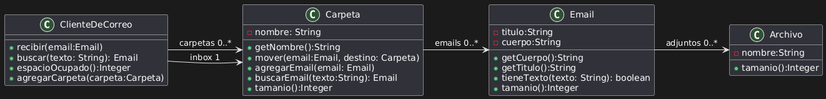
This is eclipse/OO1-2024/src/main/java/ar/edu/unlp/oo1/ejercicio13/ej13UML.png from Francogrch/OO1-2024, a PlantUML export, as it was before one commit. The source it was exported from:
```plantuml
@startuml
class ClienteDeCorreo {
+recibir(email:Email)
+buscar(texto: String): Email
+espacioOcupado():Integer
+agregarCarpeta(carpeta:Carpeta)
}

class Carpeta{
-nombre: String
+getNombre():String
+mover(email:Email, destino: Carpeta)
+agregarEmail(email: Email)
+buscarEmail(texto:String): Email
+tamanio():Integer
}

class Email{
-titulo:String
-cuerpo:String
+getCuerpo():String
+getTitulo():String
+tieneTexto(texto: String): boolean
+tamanio():Integer
}

class Archivo{
-nombre:String
+tamanio():Integer
}

ClienteDeCorreo -> Carpeta : inbox 1
ClienteDeCorreo -> Carpeta : carpetas 0..*

Carpeta -> Email : emails 0..*

Email -> Archivo : adjuntos 0..*
@enduml
```
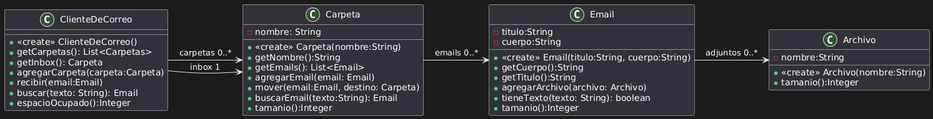
The same file after the commit.

Commit message:
uml_13_corregido

Change to the diagram source:
```diff
@@ -1,31 +1,45 @@
 @startuml
 class ClienteDeCorreo {
+
++<<create>> ClienteDeCorreo()
++getCarpetas(): List<Carpetas>
++getInbox(): Carpeta
++agregarCarpeta(carpeta:Carpeta)
 +recibir(email:Email)
 +buscar(texto: String): Email
 +espacioOcupado():Integer
-+agregarCarpeta(carpeta:Carpeta)
 }
 
 class Carpeta{
+
 -nombre: String
+
++<<create>> Carpeta(nombre:String)
 +getNombre():String
++getEmails(): List<Email>
++agregarEmail(email: Email)
 +mover(email:Email, destino: Carpeta)
-+agregarEmail(email: Email)
 +buscarEmail(texto:String): Email
 +tamanio():Integer
+
 }
 
 class Email{
+
 -titulo:String
 -cuerpo:String
+
++<<create>> Email(titulo:String, cuerpo:String)
 +getCuerpo():String
 +getTitulo():String
++agregarArchivo(archivo: Archivo)
 +tieneTexto(texto: String): boolean
 +tamanio():Integer
 }
 
 class Archivo{
 -nombre:String
++<<create>> Archivo(nombre:String)
 +tamanio():Integer
 }
 
```
